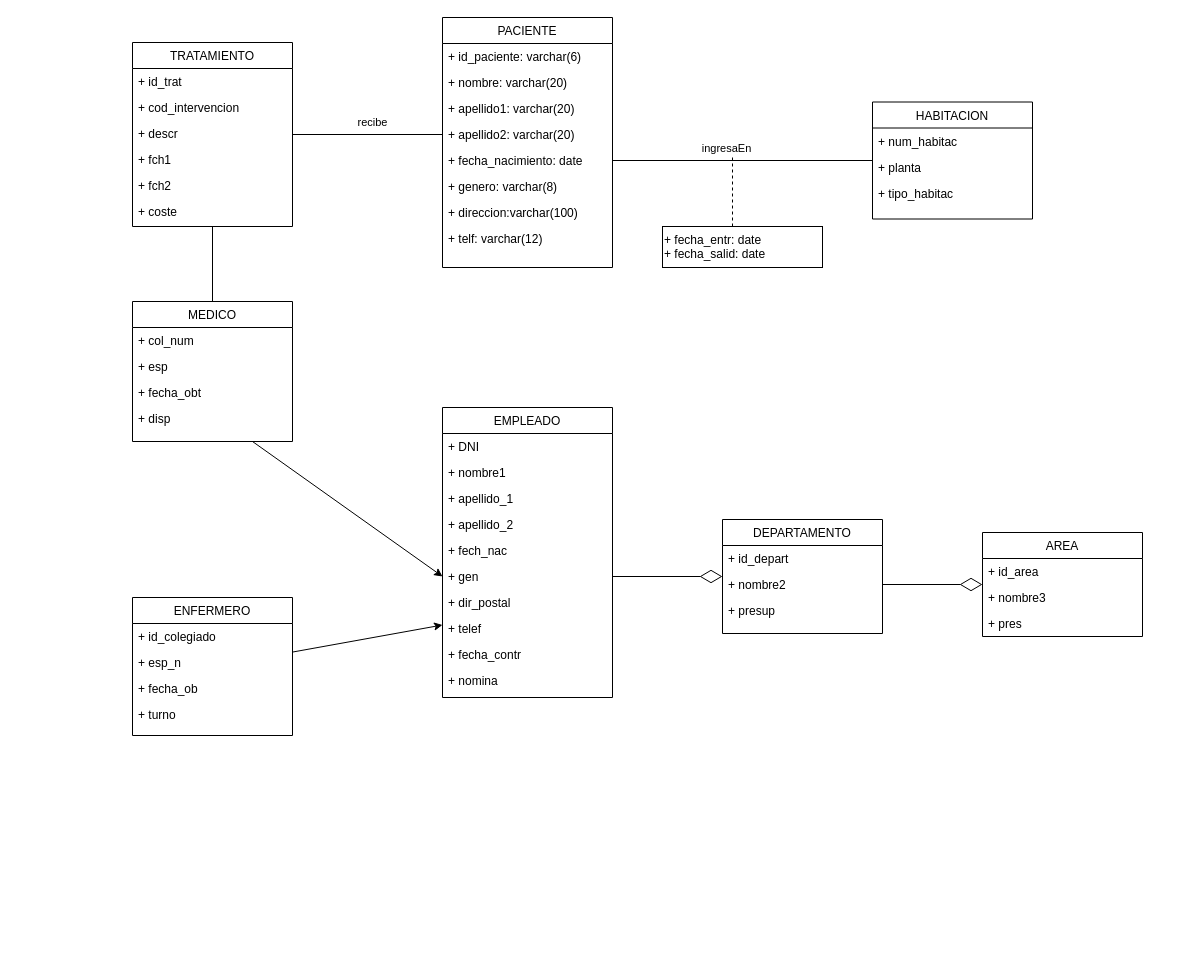
Before: Examen Bases/diagrama1.drawio in NyanCat6886/BasesDeDatosETSITGC, a draw.io diagram. Source tidied: cells renumbered, new cells numbered last; positions are measured from the earlier drawing's top-left corner, leaving out a move shared by most shapes. Both pictures are drawn from the tidied source at 100%, with x=0, y=0 at pixel (132, 17).
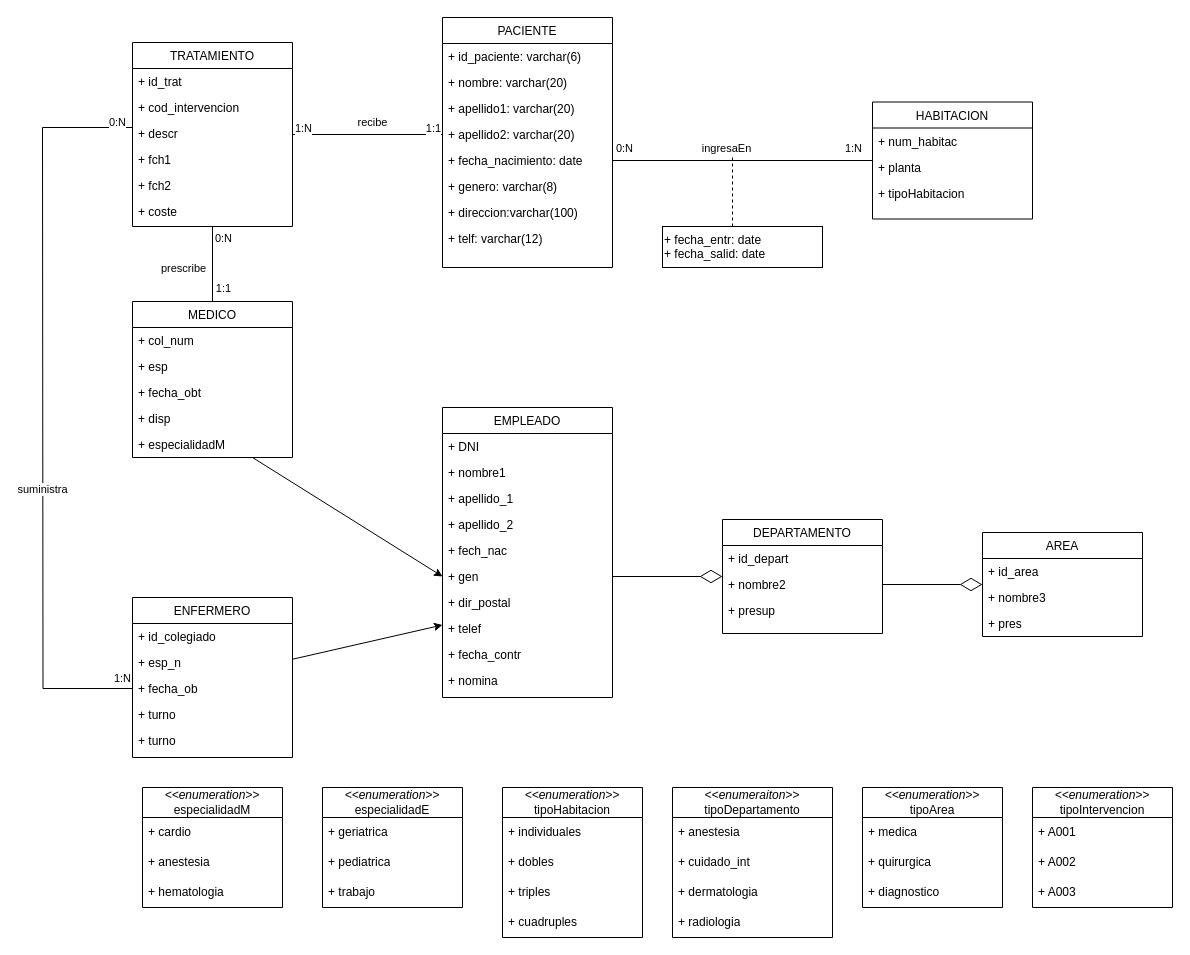
After the change.

Unchanged cells that the change refers to:
```xml
<mxCell id="28" value="HABITACION" style="swimlane;fontStyle=0;align=center;verticalAlign=top;horizontal=1;startSize=26;rounded=0;shadow=0;strokeWidth=1;" parent="1" vertex="1">
  <mxGeometry x="740" y="84.5" width="160" height="117" as="geometry" />
</mxCell>
<mxCell id="35" value="+ fecha_ob" style="text;align=left;verticalAlign=top;spacingLeft=4;spacingRight=4;overflow=hidden;points=[[0,0.5],[1,0.5]];portConstraint=eastwest;" parent="32" vertex="1">
  <mxGeometry y="78" width="160" height="26" as="geometry" />
</mxCell>
<mxCell id="46" style="edgeStyle=orthogonalEdgeStyle;rounded=0;jettySize=auto;html=1;exitX=0.5;exitY=1;exitDx=0;exitDy=0;endArrow=none;endFill=0;" parent="1" edge="1" source="47" target="23">
  <mxGeometry relative="1" as="geometry" />
</mxCell>
<mxCell id="54" style="edgeStyle=orthogonalEdgeStyle;rounded=0;jettySize=auto;html=1;exitX=1;exitY=0.5;exitDx=0;exitDy=0;endArrow=none;endFill=0;" parent="1" edge="1" source="7" target="28">
  <mxGeometry relative="1" as="geometry" />
</mxCell>
<mxCell id="56" style="edgeStyle=orthogonalEdgeStyle;rounded=0;jettySize=auto;html=1;exitX=0;exitY=0.5;exitDx=0;exitDy=0;endArrow=none;endFill=0;" parent="1" edge="1" source="6" target="47">
  <mxGeometry relative="1" as="geometry" />
</mxCell>
```

Change to the diagram source:
```diff
@@
     <mxCell id="23" value="MEDICO" style="swimlane;fontStyle=0;align=center;verticalAlign=top;horizontal=1;startSize=26;rounded=0;shadow=0;strokeWidth=1;" parent="1" vertex="1">
-      <mxGeometry y="284" width="160" height="140" as="geometry" />
+      <mxGeometry y="284" width="160" height="156" as="geometry" />
     </mxCell>
@@
+    <mxCell id="62" value="+ especialidadM" style="text;align=left;verticalAlign=top;spacingLeft=4;spacingRight=4;overflow=hidden;" parent="23" vertex="1">
+      <mxGeometry y="130" width="160" height="26" as="geometry" />
+    </mxCell>
@@
-    <mxCell id="31" value="+ tipo_habitac" style="text;align=left;verticalAlign=top;spacingLeft=4;spacingRight=4;overflow=hidden;rounded=0;shadow=0;html=0;" parent="28" vertex="1">
+    <mxCell id="31" value="+ tipoHabitacion" style="text;align=left;verticalAlign=top;spacingLeft=4;spacingRight=4;overflow=hidden;rounded=0;shadow=0;html=0;" parent="28" vertex="1">
       <mxGeometry y="78" width="160" height="26" as="geometry" />
     </mxCell>
     <mxCell id="32" value="ENFERMERO" style="swimlane;fontStyle=0;align=center;verticalAlign=top;horizontal=1;startSize=26;rounded=0;shadow=0;strokeWidth=1;" parent="1" vertex="1">
-      <mxGeometry y="580" width="160" height="138" as="geometry" />
+      <mxGeometry y="580" width="160" height="160" as="geometry" />
     </mxCell>
@@
+    <mxCell id="63" style="edgeStyle=orthogonalEdgeStyle;rounded=0;jettySize=auto;html=1;exitX=0;exitY=0.5;exitDx=0;exitDy=0;endArrow=none;endFill=0;" parent="32" edge="1" source="35">
+      <mxGeometry relative="1" as="geometry">
+        <mxPoint x="-90" y="-470" as="targetPoint" />
+      </mxGeometry>
+    </mxCell>
+    <mxCell id="64" value="suministra" style="edgeLabel;html=1;align=center;verticalAlign=middle;" parent="63" vertex="1">
+      <mxGeometry x="-0.11" y="1" relative="1" as="geometry" />
+    </mxCell>
+    <mxCell id="65" value="1:N" style="edgeLabel;html=1;align=center;verticalAlign=middle;" parent="63" vertex="1">
+      <mxGeometry x="-0.94" relative="1" as="geometry">
+        <mxPoint x="9" y="-11" as="offset" />
+      </mxGeometry>
+    </mxCell>
@@
+    <mxCell id="66" value="+ turno" style="text;align=left;verticalAlign=top;spacingLeft=4;spacingRight=4;overflow=hidden;" parent="32" vertex="1">
+      <mxGeometry y="130" width="160" height="26" as="geometry" />
+    </mxCell>
@@
+    <mxCell id="67" value="prescribe" style="edgeLabel;html=1;align=center;verticalAlign=middle;" parent="46" vertex="1">
+      <mxGeometry x="0.14" relative="1" as="geometry">
+        <mxPoint x="-30" y="-2" as="offset" />
+      </mxGeometry>
+    </mxCell>
+    <mxCell id="68" value="1:1" style="edgeLabel;html=1;align=center;verticalAlign=middle;" parent="46" vertex="1">
+      <mxGeometry x="0.58" relative="1" as="geometry">
+        <mxPoint x="10" y="2" as="offset" />
+      </mxGeometry>
+    </mxCell>
+    <mxCell id="69" value="0:N" style="edgeLabel;html=1;align=center;verticalAlign=middle;" parent="46" vertex="1">
+      <mxGeometry x="0.58" relative="1" as="geometry">
+        <mxPoint x="10" y="-48" as="offset" />
+      </mxGeometry>
+    </mxCell>
@@
+    <mxCell id="70" value="1:N" style="edgeLabel;html=1;align=center;verticalAlign=middle;" parent="54" vertex="1">
+      <mxGeometry x="0.78" y="2" relative="1" as="geometry">
+        <mxPoint x="9" y="-11" as="offset" />
+      </mxGeometry>
+    </mxCell>
+    <mxCell id="71" value="0:N" style="edgeLabel;html=1;align=center;verticalAlign=middle;" parent="54" vertex="1">
+      <mxGeometry x="-0.84" y="-2" relative="1" as="geometry">
+        <mxPoint x="-10" y="-15" as="offset" />
+      </mxGeometry>
+    </mxCell>
@@
+    <mxCell id="72" value="1:N" style="edgeLabel;html=1;align=center;verticalAlign=middle;" parent="56" vertex="1">
+      <mxGeometry x="-0.71" y="1" relative="1" as="geometry">
+        <mxPoint x="-118" y="-8" as="offset" />
+      </mxGeometry>
+    </mxCell>
+    <mxCell id="73" value="1:1" style="edgeLabel;html=1;align=center;verticalAlign=middle;" parent="56" vertex="1">
+      <mxGeometry x="0.79" relative="1" as="geometry">
+        <mxPoint x="124" y="-7" as="offset" />
+      </mxGeometry>
+    </mxCell>
@@
+    <mxCell id="74" value="&lt;div&gt;&lt;i&gt;&amp;lt;&amp;lt;enumeration&amp;gt;&amp;gt;&lt;/i&gt;&lt;/div&gt;&lt;div&gt;especialidadM&lt;br&gt;&lt;/div&gt;" style="swimlane;fontStyle=0;horizontal=1;startSize=30;whiteSpace=wrap;html=1;" parent="1" vertex="1">
+      <mxGeometry x="10" y="770" width="140" height="120" as="geometry" />
+    </mxCell>
+    <mxCell id="75" value="+ cardio" style="text;strokeColor=none;fillColor=none;align=left;verticalAlign=middle;spacingLeft=4;spacingRight=4;overflow=hidden;whiteSpace=wrap;html=1;" parent="74" vertex="1">
+      <mxGeometry y="30" width="140" height="30" as="geometry" />
+    </mxCell>
+    <mxCell id="76" value="+ anestesia" style="text;strokeColor=none;fillColor=none;align=left;verticalAlign=middle;spacingLeft=4;spacingRight=4;overflow=hidden;whiteSpace=wrap;html=1;" parent="74" vertex="1">
+      <mxGeometry y="60" width="140" height="30" as="geometry" />
+    </mxCell>
+    <mxCell id="77" value="+ hematologia" style="text;strokeColor=none;fillColor=none;align=left;verticalAlign=middle;spacingLeft=4;spacingRight=4;overflow=hidden;whiteSpace=wrap;html=1;" parent="74" vertex="1">
+      <mxGeometry y="90" width="140" height="30" as="geometry" />
+    </mxCell>
+    <mxCell id="78" value="&lt;div&gt;&lt;i&gt;&amp;lt;&amp;lt;enumeraiton&amp;gt;&amp;gt;&lt;/i&gt;&lt;/div&gt;tipoDepartamento" style="swimlane;fontStyle=0;horizontal=1;startSize=30;whiteSpace=wrap;html=1;" parent="1" vertex="1">
+      <mxGeometry x="540" y="770" width="160" height="150" as="geometry" />
+    </mxCell>
+    <mxCell id="79" value="+ anestesia" style="text;strokeColor=none;fillColor=none;align=left;verticalAlign=middle;spacingLeft=4;spacingRight=4;overflow=hidden;whiteSpace=wrap;html=1;" parent="78" vertex="1">
+      <mxGeometry y="30" width="160" height="30" as="geometry" />
+    </mxCell>
+    <mxCell id="80" value="+ cuidado_int" style="text;strokeColor=none;fillColor=none;align=left;verticalAlign=middle;spacingLeft=4;spacingRight=4;overflow=hidden;whiteSpace=wrap;html=1;" parent="78" vertex="1">
+      <mxGeometry y="60" width="160" height="30" as="geometry" />
+    </mxCell>
+    <mxCell id="81" value="+ dermatologia" style="text;strokeColor=none;fillColor=none;align=left;verticalAlign=middle;spacingLeft=4;spacingRight=4;overflow=hidden;whiteSpace=wrap;html=1;" parent="78" vertex="1">
+      <mxGeometry y="90" width="160" height="30" as="geometry" />
+    </mxCell>
+    <mxCell id="82" value="+ radiologia" style="text;strokeColor=none;fillColor=none;align=left;verticalAlign=middle;spacingLeft=4;spacingRight=4;overflow=hidden;whiteSpace=wrap;html=1;" parent="78" vertex="1">
+      <mxGeometry y="120" width="160" height="30" as="geometry" />
+    </mxCell>
+    <mxCell id="83" value="&lt;div&gt;&lt;i&gt;&amp;lt;&amp;lt;enumeration&amp;gt;&amp;gt;&lt;/i&gt;&lt;/div&gt;tipoHabitacion" style="swimlane;fontStyle=0;horizontal=1;startSize=30;whiteSpace=wrap;html=1;" parent="1" vertex="1">
+      <mxGeometry x="370" y="770" width="140" height="150" as="geometry" />
+    </mxCell>
+    <mxCell id="84" value="+ individuales" style="text;strokeColor=none;fillColor=none;align=left;verticalAlign=middle;spacingLeft=4;spacingRight=4;overflow=hidden;whiteSpace=wrap;html=1;" parent="83" vertex="1">
+      <mxGeometry y="30" width="140" height="30" as="geometry" />
+    </mxCell>
+    <mxCell id="85" value="+ dobles" style="text;strokeColor=none;fillColor=none;align=left;verticalAlign=middle;spacingLeft=4;spacingRight=4;overflow=hidden;whiteSpace=wrap;html=1;" parent="83" vertex="1">
+      <mxGeometry y="60" width="140" height="30" as="geometry" />
+    </mxCell>
+    <mxCell id="86" value="+ triples" style="text;strokeColor=none;fillColor=none;align=left;verticalAlign=middle;spacingLeft=4;spacingRight=4;overflow=hidden;whiteSpace=wrap;html=1;" parent="83" vertex="1">
+      <mxGeometry y="90" width="140" height="30" as="geometry" />
+    </mxCell>
+    <mxCell id="87" value="+ cuadruples" style="text;strokeColor=none;fillColor=none;align=left;verticalAlign=middle;spacingLeft=4;spacingRight=4;overflow=hidden;whiteSpace=wrap;html=1;" parent="83" vertex="1">
+      <mxGeometry y="120" width="140" height="30" as="geometry" />
+    </mxCell>
+    <mxCell id="88" value="&lt;div&gt;&lt;i&gt;&amp;lt;&amp;lt;enumeration&amp;gt;&amp;gt;&lt;/i&gt;&lt;/div&gt;&lt;div&gt;especialidadE&lt;br&gt;&lt;/div&gt;" style="swimlane;fontStyle=0;horizontal=1;startSize=30;whiteSpace=wrap;html=1;" parent="1" vertex="1">
+      <mxGeometry x="190" y="770" width="140" height="120" as="geometry" />
+    </mxCell>
+    <mxCell id="89" value="+ geriatrica" style="text;strokeColor=none;fillColor=none;align=left;verticalAlign=middle;spacingLeft=4;spacingRight=4;overflow=hidden;whiteSpace=wrap;html=1;" parent="88" vertex="1">
+      <mxGeometry y="30" width="140" height="30" as="geometry" />
+    </mxCell>
+    <mxCell id="90" value="+ pediatrica" style="text;strokeColor=none;fillColor=none;align=left;verticalAlign=middle;spacingLeft=4;spacingRight=4;overflow=hidden;whiteSpace=wrap;html=1;" parent="88" vertex="1">
+      <mxGeometry y="60" width="140" height="30" as="geometry" />
+    </mxCell>
+    <mxCell id="91" value="+ trabajo" style="text;strokeColor=none;fillColor=none;align=left;verticalAlign=middle;spacingLeft=4;spacingRight=4;overflow=hidden;whiteSpace=wrap;html=1;" parent="88" vertex="1">
+      <mxGeometry y="90" width="140" height="30" as="geometry" />
+    </mxCell>
+    <mxCell id="92" value="&lt;div&gt;&lt;i&gt;&amp;lt;&amp;lt;enumeration&amp;gt;&amp;gt;&lt;/i&gt;&lt;/div&gt;tipoArea" style="swimlane;fontStyle=0;horizontal=1;startSize=30;whiteSpace=wrap;html=1;" parent="1" vertex="1">
+      <mxGeometry x="730" y="770" width="140" height="120" as="geometry" />
+    </mxCell>
+    <mxCell id="93" value="+ medica" style="text;strokeColor=none;fillColor=none;align=left;verticalAlign=middle;spacingLeft=4;spacingRight=4;overflow=hidden;whiteSpace=wrap;html=1;" parent="92" vertex="1">
+      <mxGeometry y="30" width="140" height="30" as="geometry" />
+    </mxCell>
+    <mxCell id="94" value="+ quirurgica" style="text;strokeColor=none;fillColor=none;align=left;verticalAlign=middle;spacingLeft=4;spacingRight=4;overflow=hidden;whiteSpace=wrap;html=1;" parent="92" vertex="1">
+      <mxGeometry y="60" width="140" height="30" as="geometry" />
+    </mxCell>
+    <mxCell id="95" value="+ diagnostico" style="text;strokeColor=none;fillColor=none;align=left;verticalAlign=middle;spacingLeft=4;spacingRight=4;overflow=hidden;whiteSpace=wrap;html=1;" parent="92" vertex="1">
+      <mxGeometry y="90" width="140" height="30" as="geometry" />
+    </mxCell>
+    <mxCell id="96" value="&lt;div&gt;&lt;i&gt;&amp;lt;&amp;lt;enumeration&amp;gt;&amp;gt;&lt;/i&gt;&lt;/div&gt;&lt;div&gt;tipoIntervencion&lt;br&gt;&lt;/div&gt;" style="swimlane;fontStyle=0;horizontal=1;startSize=30;whiteSpace=wrap;html=1;" parent="1" vertex="1">
+      <mxGeometry x="900" y="770" width="140" height="120" as="geometry" />
+    </mxCell>
+    <mxCell id="97" value="+ A001" style="text;strokeColor=none;fillColor=none;align=left;verticalAlign=middle;spacingLeft=4;spacingRight=4;overflow=hidden;whiteSpace=wrap;html=1;" parent="96" vertex="1">
+      <mxGeometry y="30" width="140" height="30" as="geometry" />
+    </mxCell>
+    <mxCell id="98" value="+ A002" style="text;strokeColor=none;fillColor=none;align=left;verticalAlign=middle;spacingLeft=4;spacingRight=4;overflow=hidden;whiteSpace=wrap;html=1;" parent="96" vertex="1">
+      <mxGeometry y="60" width="140" height="30" as="geometry" />
+    </mxCell>
+    <mxCell id="99" value="+ A003" style="text;strokeColor=none;fillColor=none;align=left;verticalAlign=middle;spacingLeft=4;spacingRight=4;overflow=hidden;whiteSpace=wrap;html=1;" parent="96" vertex="1">
+      <mxGeometry y="90" width="140" height="30" as="geometry" />
+    </mxCell>
+    <mxCell id="100" style="endArrow=none;html=1;rounded=0;" parent="1" edge="1">
+      <mxGeometry relative="1" as="geometry">
+        <mxPoint x="-90" y="110" as="sourcePoint" />
+        <mxPoint y="110" as="targetPoint" />
+      </mxGeometry>
+    </mxCell>
+    <mxCell id="101" value="0:N" style="edgeLabel;html=1;align=center;verticalAlign=middle;" parent="100" vertex="1">
+      <mxGeometry x="0.64" y="2" relative="1" as="geometry">
+        <mxPoint y="-4" as="offset" />
+      </mxGeometry>
+    </mxCell>
```
